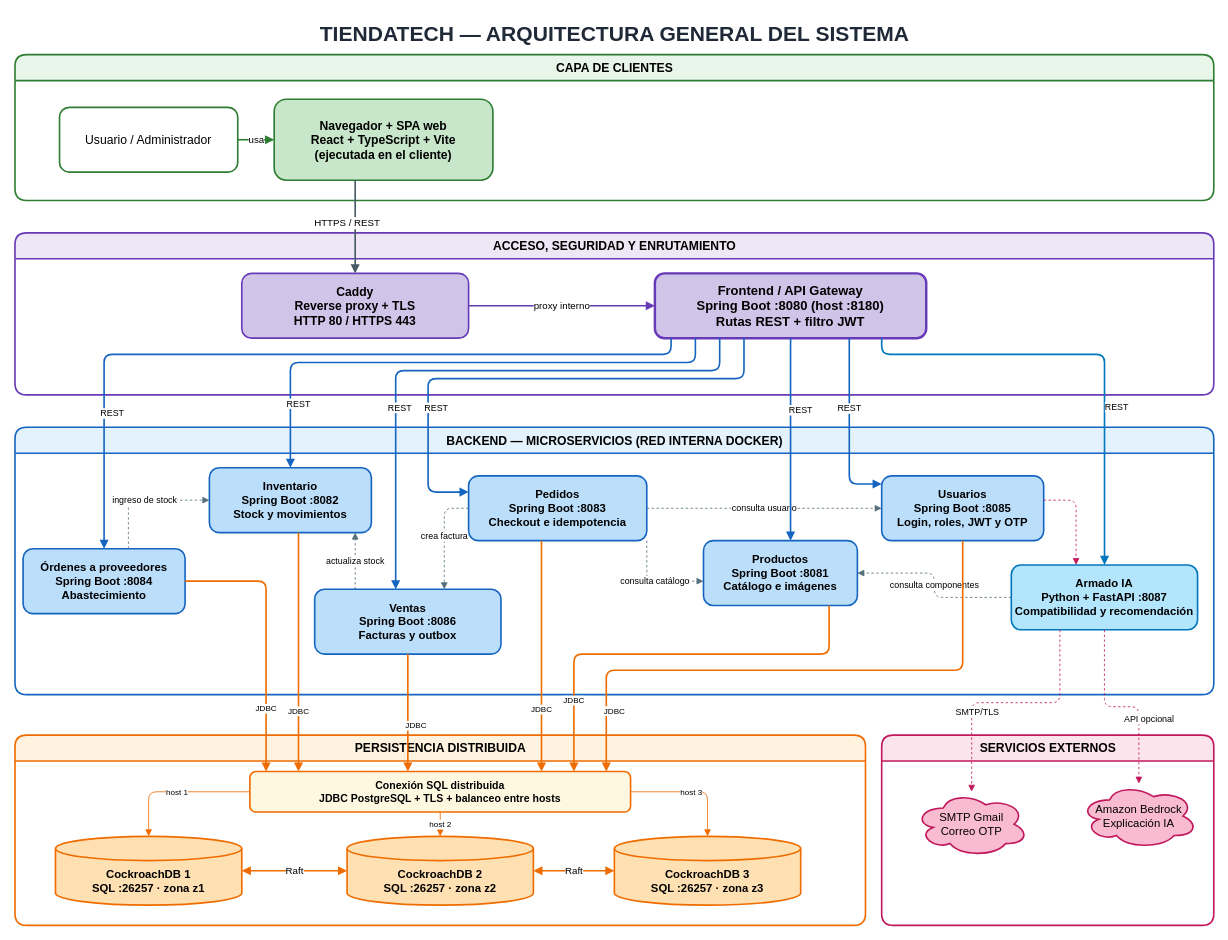
Before: docs/diagrams/tiendatech-arquitectura-e4.drawio in JoseLozanoMorales/PFC-AppsDistribuidas, a draw.io diagram. Source tidied: cells renumbered, new cells numbered last; positions are measured from the earlier drawing's top-left corner, leaving out a move shared by most shapes. Both pictures are drawn from the tidied source at 81%, with x=0, y=0 at pixel (15, 14).
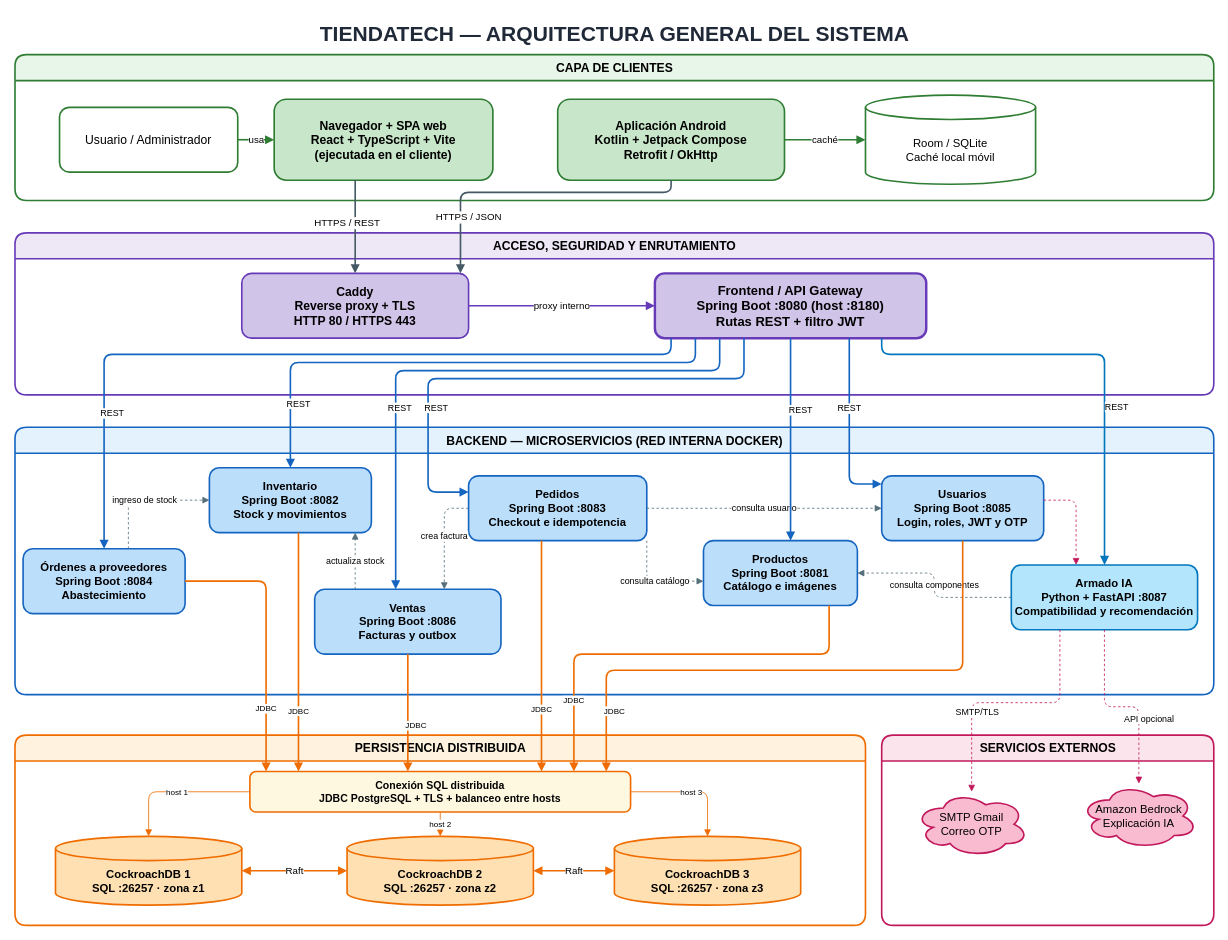
Above is the later version.

Commit message:
representacion de cliente movil

The change refers to these unchanged cells:
```xml
<mxCell id="20" value="Caddy&#10;Reverse proxy + TLS&#10;HTTP 80 / HTTPS 443" style="rounded=1;whiteSpace=wrap;html=1;fillColor=#D1C4E9;strokeColor=#673AB7;strokeWidth=2;fontStyle=1;fontSize=15;" parent="18" vertex="1">
  <mxGeometry x="280" y="50" width="280" height="80" as="geometry" />
</mxCell>
<mxCell id="50" value="CAPA DE CLIENTES" style="swimlane;html=1;rounded=1;startSize=32;horizontal=1;fillColor=#E8F5E9;strokeColor=#2E7D32;strokeWidth=2;fontStyle=1;fontSize=15;" parent="1" vertex="1">
  <mxGeometry y="50" width="1480" height="180" as="geometry" />
</mxCell>
```

What changed in the source:
```diff
@@
+    <mxCell id="55" value="Aplicación Android&#10;Kotlin + Jetpack Compose&#10;Retrofit / OkHttp" style="rounded=1;whiteSpace=wrap;html=1;fillColor=#C8E6C9;strokeColor=#2E7D32;strokeWidth=2;fontStyle=1;fontSize=15;" parent="50" vertex="1">
+      <mxGeometry x="670" y="55" width="280" height="100" as="geometry" />
+    </mxCell>
+    <mxCell id="56" value="Room / SQLite&#10;Caché local móvil" style="shape=cylinder3;whiteSpace=wrap;html=1;boundedLbl=1;backgroundOutline=1;fillColor=#FFFFFF;strokeColor=#2E7D32;strokeWidth=2;fontSize=14;" parent="50" vertex="1">
+      <mxGeometry x="1050" y="50" width="210" height="110" as="geometry" />
+    </mxCell>
+    <mxCell id="57" value="caché" style="edgeStyle=orthogonalEdgeStyle;rounded=1;html=1;endArrow=block;endFill=1;strokeColor=#2E7D32;strokeWidth=2;fontSize=12;" parent="50" edge="1" source="55" target="56">
+      <mxGeometry relative="1" as="geometry" />
+    </mxCell>
+    <mxCell id="58" value="HTTPS / JSON" style="edgeStyle=orthogonalEdgeStyle;rounded=1;html=1;endArrow=block;endFill=1;strokeColor=#455A64;strokeWidth=2;fontSize=12;" parent="1" edge="1" source="55" target="20">
+      <mxGeometry x="0.63" y="10" relative="1" as="geometry">
+        <Array as="points">
+          <mxPoint x="810" y="220" />
+          <mxPoint x="550" y="220" />
+        </Array>
+      </mxGeometry>
+    </mxCell>
```
